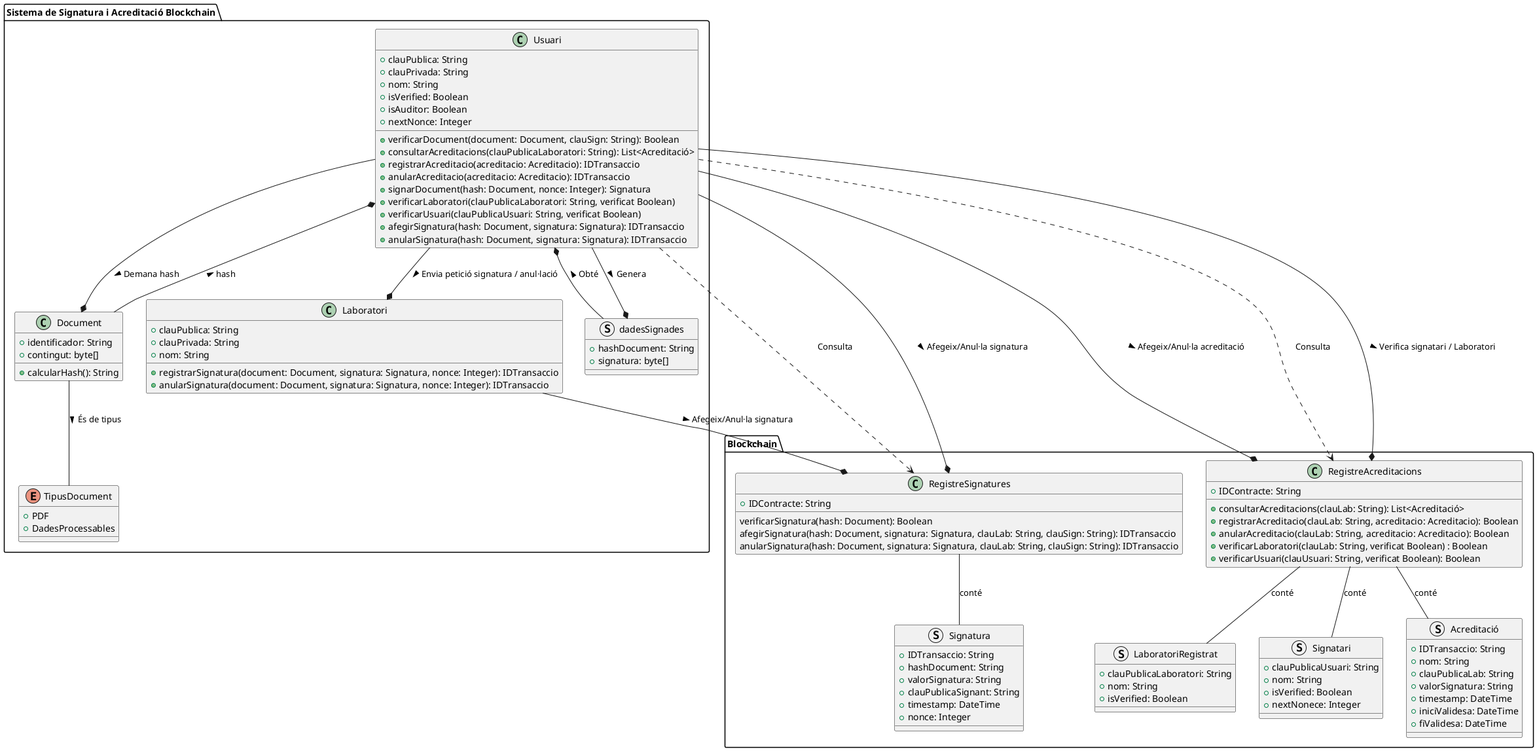
Before: UML/classes.png, a diagram exported from PlantUML (alvarcuevas/TFM-MCP).
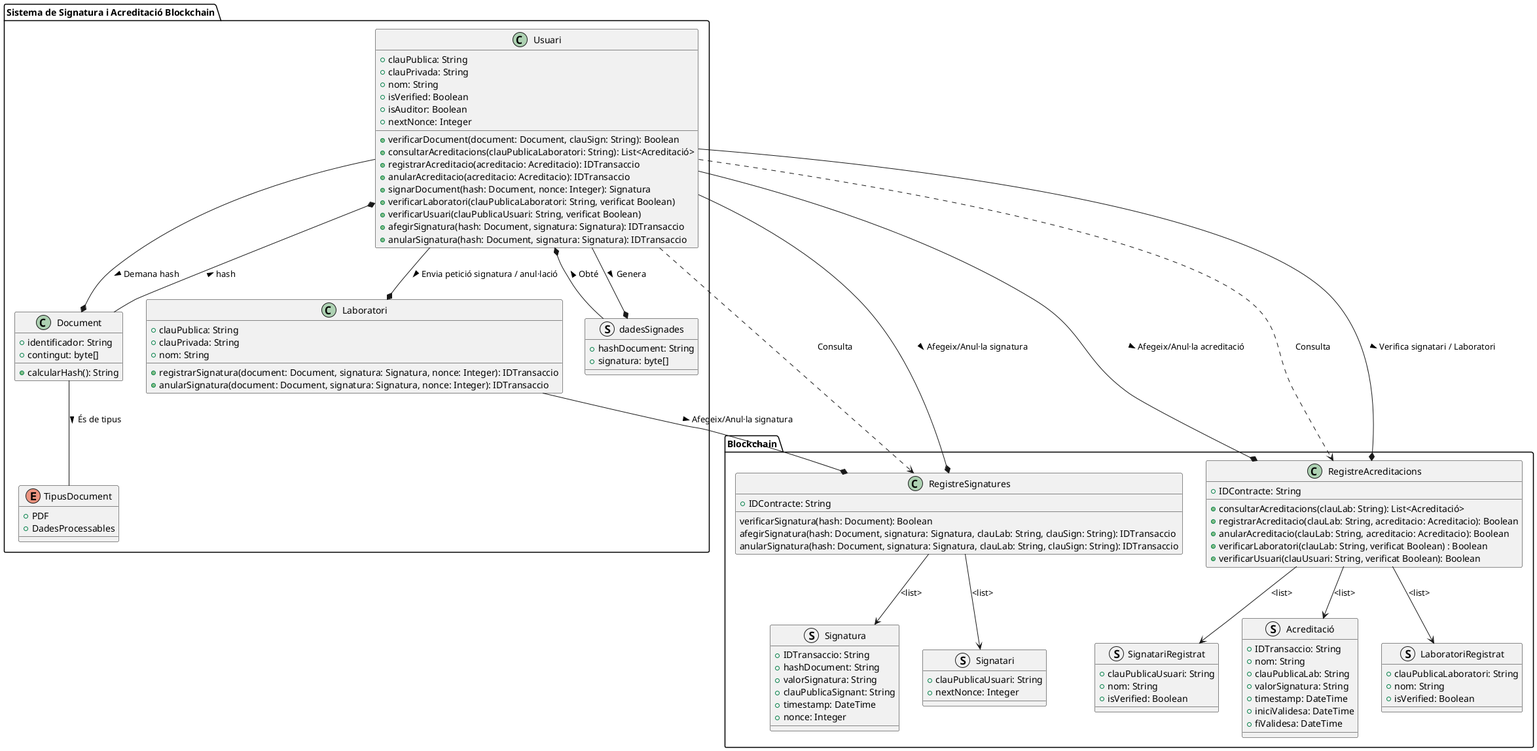
After the commit.

Diff of the diagram source:
```diff
@@ -89,19 +89,24 @@
     +isVerified: Boolean
   }
 
-  struct Signatari {
+  struct SignatariRegistrat {
     +clauPublicaUsuari: String
     +nom: String
     +isVerified: Boolean
-    +nextNonece: Integer
+  }
+
+  struct Signatari {
+    +clauPublicaUsuari: String
+    +nextNonce: Integer
   }
 
 }
 
-RegistreSignatures -- Signatura : conté
-RegistreAcreditacions -- Acreditació : conté
-RegistreAcreditacions -- LaboratoriRegistrat : conté
-RegistreAcreditacions -- Signatari : conté
+RegistreSignatures --> Signatura : <list>
+RegistreSignatures --> Signatari : <list>
+RegistreAcreditacions --> Acreditació : <list>
+RegistreAcreditacions --> LaboratoriRegistrat : <list>
+RegistreAcreditacions --> SignatariRegistrat : <list>
 Usuari --* RegistreAcreditacions : Afegeix/Anul·la acreditació >
 Usuari ..> RegistreAcreditacions : Consulta
 Usuari ..> RegistreSignatures : Consulta
```
